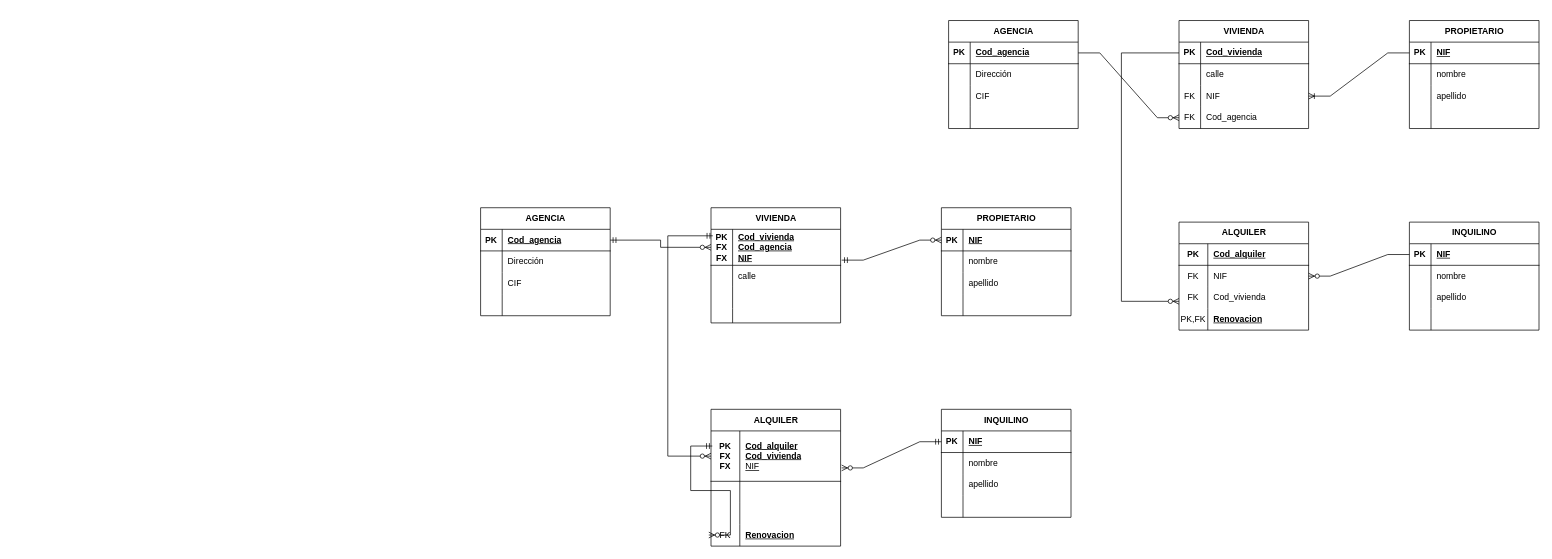
Before: 30-10-2025_1.drawio in miguelelinformatico/2025_26, a draw.io diagram. Source tidied: cells renumbered, new cells numbered last; positions are measured from the earlier drawing's top-left corner, leaving out a move shared by most shapes. Both pictures are drawn from the tidied source at 72%, with x=0, y=0 at pixel (480, 20).
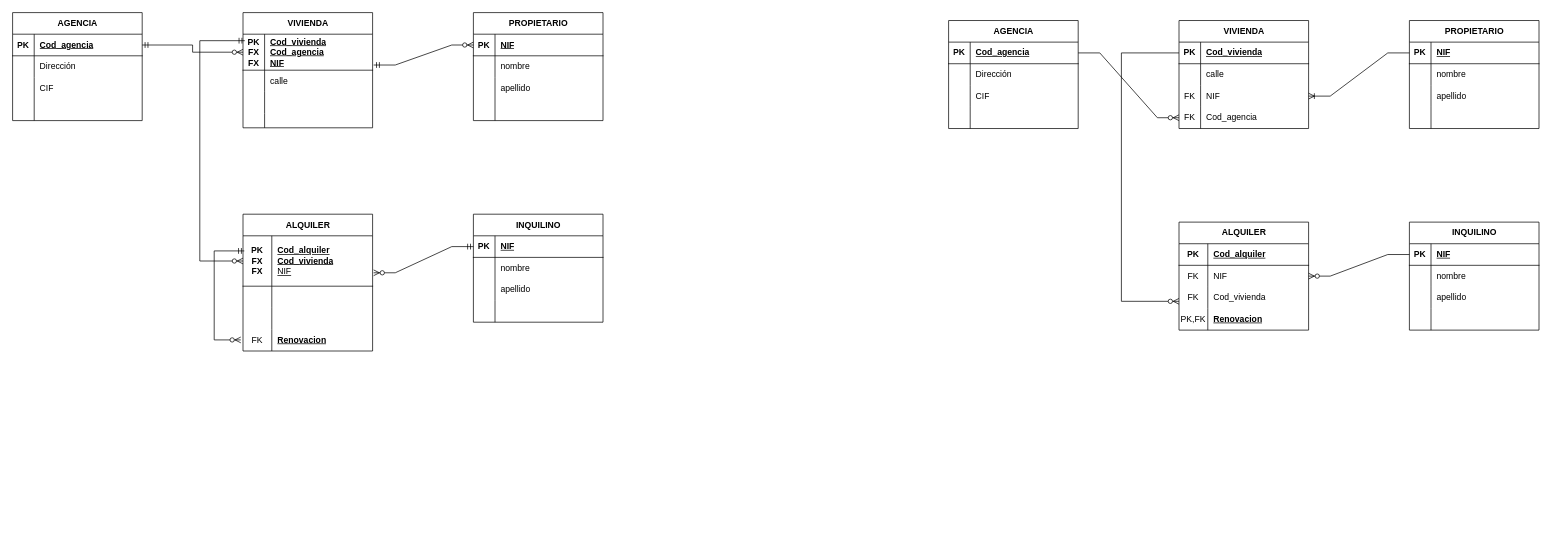
The same page after the edit.

Unchanged cells that the change refers to:
```xml
<mxCell id="85" style="shape=tableRow;horizontal=0;startSize=0;swimlaneHead=0;swimlaneBody=0;fillColor=none;points=[[0,0.5],[1,0.5]];portConstraint=eastwest;top=0;left=0;right=0;bottom=1;" parent="84" vertex="1">
  <mxGeometry y="30" width="180" height="50" as="geometry" />
</mxCell>
<mxCell id="111" style="shape=tableRow;horizontal=0;startSize=0;swimlaneHead=0;swimlaneBody=0;fillColor=none;points=[[0,0.5],[1,0.5]];portConstraint=eastwest;top=0;left=0;right=0;bottom=1;" parent="110" vertex="1">
  <mxGeometry y="30" width="180" height="70" as="geometry" />
</mxCell>
<mxCell id="120" style="shape=tableRow;horizontal=0;startSize=0;swimlaneHead=0;swimlaneBody=0;fillColor=none;points=[[0,0.5],[1,0.5]];portConstraint=eastwest;top=0;left=0;right=0;bottom=0;" parent="110" vertex="1">
  <mxGeometry y="160" width="180" height="30" as="geometry" />
</mxCell>
```

What changed in the source:
```diff
@@
     <mxCell id="71" value="AGENCIA" style="shape=table;startSize=30;childLayout=tableLayout;rowLines=0;fontStyle=1;align=center;html=1;" parent="1" vertex="1">
-      <mxGeometry y="260" width="180" height="150" as="geometry" />
+      <mxGeometry x="-650" y="-11" width="180" height="150" as="geometry" />
     </mxCell>
@@
     <mxCell id="84" value="VIVIENDA" style="shape=table;startSize=30;childLayout=tableLayout;rowLines=0;fontStyle=1;align=center;html=1;" parent="1" vertex="1">
-      <mxGeometry x="320" y="260" width="180" height="160" as="geometry" />
+      <mxGeometry x="-330" y="-11" width="180" height="160" as="geometry" />
     </mxCell>
@@
     <mxCell id="97" value="PROPIETARIO" style="shape=table;startSize=30;childLayout=tableLayout;rowLines=0;fontStyle=1;align=center;html=1;" parent="1" vertex="1">
-      <mxGeometry x="640" y="260" width="180" height="150" as="geometry" />
+      <mxGeometry x="-10" y="-11" width="180" height="150" as="geometry" />
     </mxCell>
@@
     <mxCell id="110" value="ALQUILER" style="shape=table;startSize=30;childLayout=tableLayout;rowLines=0;fontStyle=1;align=center;html=1;" parent="1" vertex="1">
-      <mxGeometry x="320" y="540" width="180" height="190" as="geometry" />
+      <mxGeometry x="-330" y="269" width="180" height="190" as="geometry" />
     </mxCell>
@@
-    <mxCell id="123" style="edgeStyle=entityRelationEdgeStyle;fontSize=12;html=1;endArrow=ERzeroToMany;startArrow=ERmandOne;rounded=0;exitX=0.01;exitY=0.3;exitDx=0;exitDy=0;entryX=-0.017;entryY=0.487;entryDx=0;entryDy=0;entryPerimeter=0;exitPerimeter=0;" parent="110" edge="1" source="111" target="120">
-      <mxGeometry relative="1" as="geometry" />
+    <mxCell id="123" style="edgeStyle=elbowEdgeStyle;fontSize=12;html=1;endArrow=ERzeroToMany;startArrow=ERmandOne;rounded=0;exitX=0.01;exitY=0.3;exitDx=0;exitDy=0;entryX=-0.017;entryY=0.487;entryDx=0;entryDy=0;entryPerimeter=0;exitPerimeter=0;" parent="110" edge="1" source="111" target="120">
+      <mxGeometry relative="1" as="geometry">
+        <Array as="points">
+          <mxPoint x="-40" y="130" />
+        </Array>
+      </mxGeometry>
     </mxCell>
     <mxCell id="124" value="INQUILINO" style="shape=table;startSize=30;childLayout=tableLayout;rowLines=0;fontStyle=1;align=center;html=1;" parent="1" vertex="1">
-      <mxGeometry x="640" y="540" width="180" height="150" as="geometry" />
+      <mxGeometry x="-10" y="269" width="180" height="150" as="geometry" />
     </mxCell>
@@
     <mxCell id="138" style="edgeStyle=elbowEdgeStyle;fontSize=12;html=1;endArrow=ERzeroToMany;startArrow=ERmandOne;rounded=0;exitX=0.014;exitY=0.18;exitDx=0;exitDy=0;exitPerimeter=0;" parent="1" edge="1" source="85" target="111">
       <mxGeometry relative="1" as="geometry">
         <Array as="points">
-          <mxPoint x="260" y="440" />
+          <mxPoint x="-390" y="169" />
         </Array>
       </mxGeometry>
     </mxCell>
```
